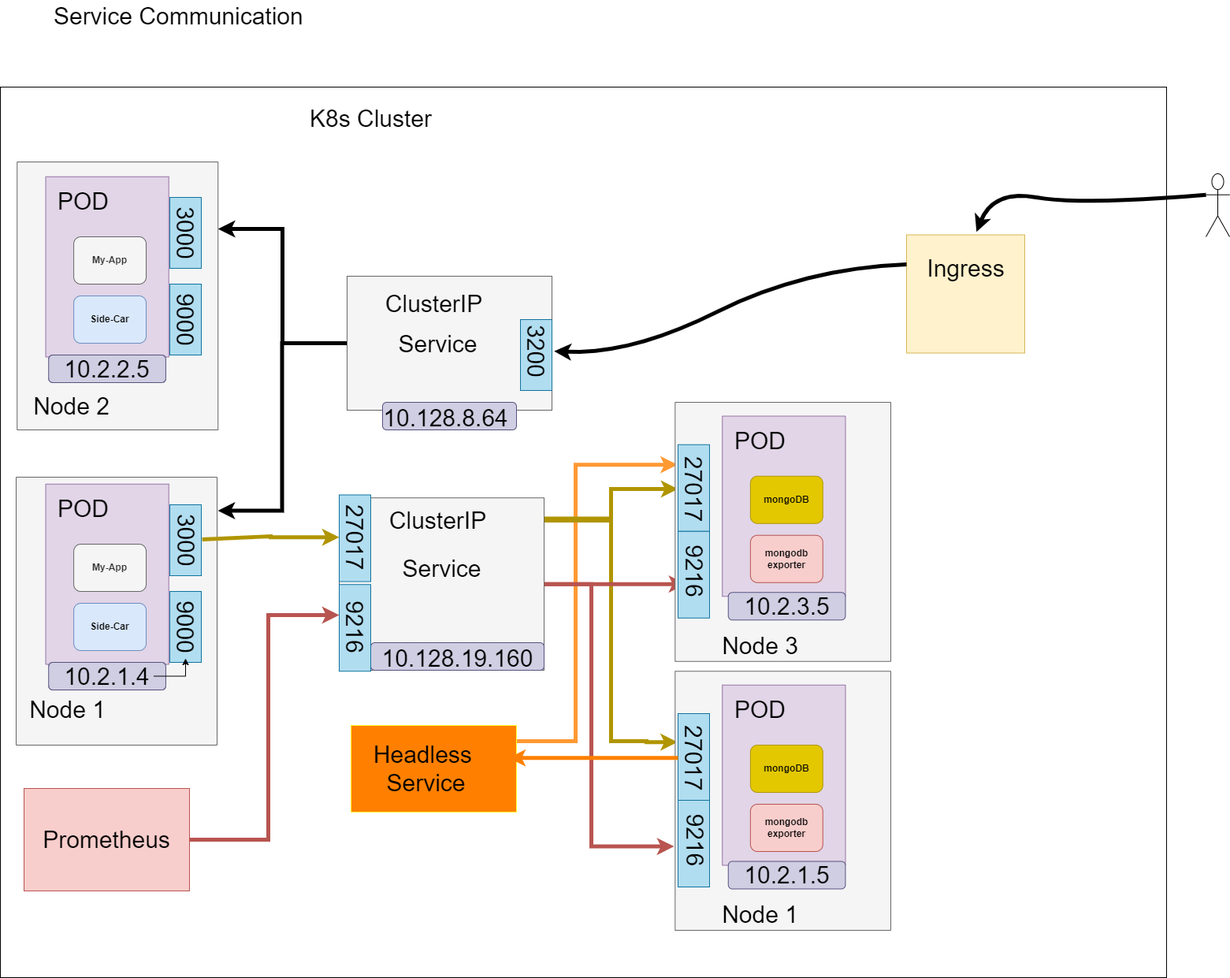
Before: kubernetes/k8_service.drawio.png, a diagram exported from draw.io (tenzindorji/projectnotes). Source tidied: cells renumbered, new cells last; positions are measured from the earlier drawing's top-left corner, leaving out a move shared by most shapes.
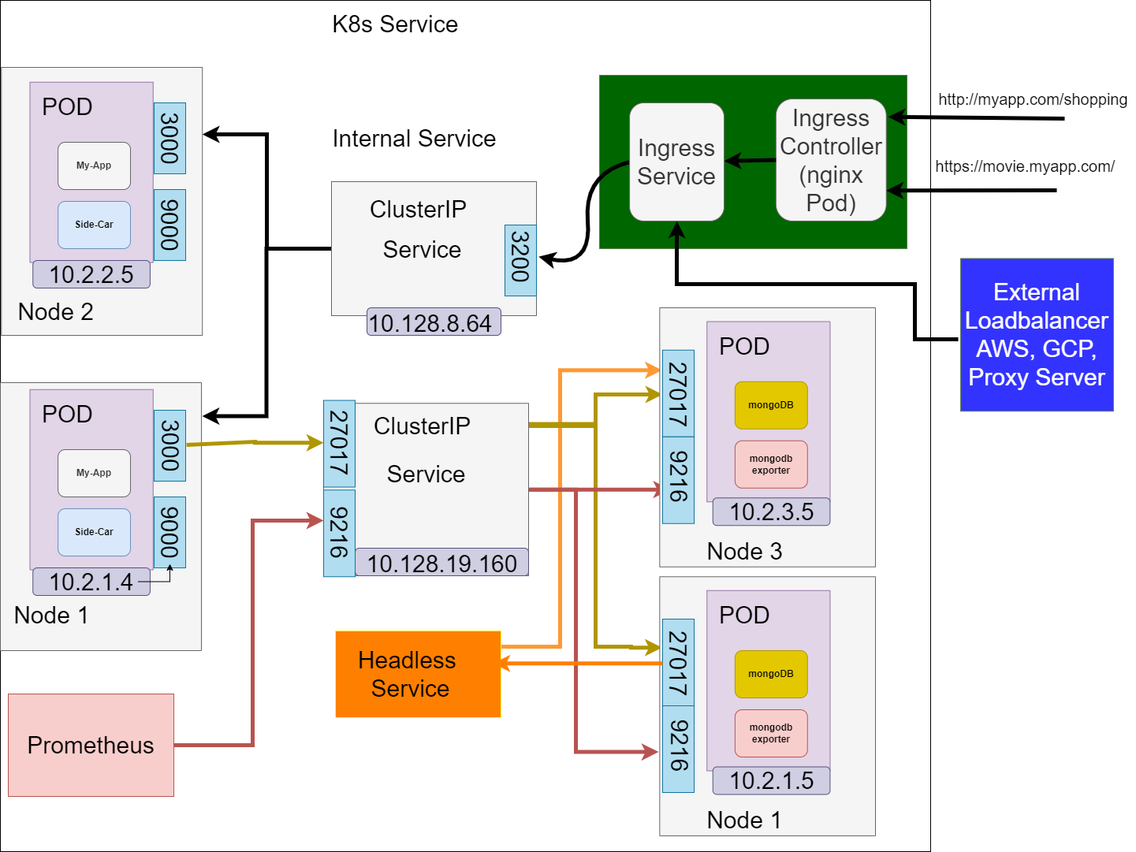
After the change.

Commit message:
service architecture

The edit, as a diff of the source:
```diff
@@ -3,8 +3,11 @@
     <mxCell id="0" />
     <mxCell id="1" parent="0" />
     <mxCell id="2" style="rounded=0;whiteSpace=wrap;html=1;shadow=0;fontSize=30;" parent="1" vertex="1">
-      <mxGeometry y="110" width="1480" height="1130" as="geometry" />
+      <mxGeometry x="20" y="120" width="1180" height="1080" as="geometry" />
     </mxCell>
+    <mxCell id="88" style="rounded=0;whiteSpace=wrap;html=1;shadow=0;fontSize=20;strokeColor=#5B7D47;fillColor=#006600;" parent="1" vertex="1">
+      <mxGeometry x="780" y="215" width="390" height="220" as="geometry" />
+    </mxCell>
     <mxCell id="3" style="edgeStyle=orthogonalEdgeStyle;rounded=0;jettySize=auto;html=1;fontSize=30;strokeWidth=5;entryX=0.192;entryY=1.016;entryDx=0;entryDy=0;entryPerimeter=0;fillColor=#fff2cc;strokeColor=#FF9933;" parent="1" edge="1" source="4" target="73">
       <mxGeometry relative="1" as="geometry">
         <Array as="points">
@@ -125,15 +128,6 @@
     <mxCell id="39" value="3200&lt;br&gt;" style="text;html=1;align=center;verticalAlign=middle;points=[];strokeColor=none;fillColor=none;fontSize=30;rotation=90;" parent="1" vertex="1">
       <mxGeometry x="640" y="425" width="80" height="40" as="geometry" />
     </mxCell>
-    <mxCell id="40" style="whiteSpace=wrap;html=1;shadow=0;fontSize=30;fillColor=#fff2cc;strokeColor=#d6b656;" parent="1" vertex="1">
-      <mxGeometry x="1150" y="297.5" width="150" height="150" as="geometry" />
-    </mxCell>
-    <mxCell id="41" value="Ingress" style="text;html=1;align=center;verticalAlign=middle;strokeColor=none;fillColor=none;fontSize=30;" parent="1" vertex="1">
-      <mxGeometry x="1170" y="320" width="110" height="40" as="geometry" />
-    </mxCell>
-    <mxCell id="42" style="shape=umlActor;verticalLabelPosition=bottom;verticalAlign=top;html=1;outlineConnect=0;shadow=0;fontSize=30;" parent="1" vertex="1">
-      <mxGeometry x="1530" y="220" width="30" height="80" as="geometry" />
-    </mxCell>
     <mxCell id="43" style="edgeStyle=orthogonalEdgeStyle;rounded=0;jettySize=auto;html=1;fontSize=30;exitX=1.002;exitY=0.12;exitDx=0;exitDy=0;exitPerimeter=0;fillColor=#e3c800;strokeColor=#B09500;strokeWidth=5;entryX=0.299;entryY=1.016;entryDx=0;entryDy=0;entryPerimeter=0;" parent="1" edge="1" source="47" target="56">
       <mxGeometry relative="1" as="geometry">
         <Array as="points">
@@ -276,30 +270,61 @@
     <mxCell id="82" value="10.2.3.5" style="text;html=1;align=center;verticalAlign=middle;strokeColor=none;fillColor=none;fontSize=30;" parent="1" vertex="1">
       <mxGeometry x="938.1" y="748.8" width="120" height="40" as="geometry" />
     </mxCell>
-    <mxCell id="83" value="Service Communication&amp;nbsp;" style="text;html=1;align=center;verticalAlign=middle;strokeColor=none;fillColor=none;fontSize=30;" parent="1" vertex="1">
-      <mxGeometry x="60" width="340" height="40" as="geometry" />
+    <mxCell id="83" value="K8s Service&amp;nbsp;" style="text;html=1;align=center;verticalAlign=middle;strokeColor=none;fillColor=none;fontSize=30;" parent="1" vertex="1">
+      <mxGeometry x="435" y="130" width="180" height="40" as="geometry" />
     </mxCell>
-    <mxCell id="84" style="curved=1;endArrow=classic;html=1;rounded=0;fontSize=30;strokeWidth=5;entryX=0.502;entryY=-0.07;entryDx=0;entryDy=0;entryPerimeter=0;exitX=0;exitY=0.25;exitDx=0;exitDy=0;" parent="1" edge="1" source="40" target="39">
+    <mxCell id="84" style="curved=1;endArrow=classic;html=1;rounded=0;fontSize=30;strokeWidth=5;entryX=0.502;entryY=-0.07;entryDx=0;entryDy=0;entryPerimeter=0;exitX=0;exitY=0.5;exitDx=0;exitDy=0;" parent="1" edge="1" source="90" target="39">
       <mxGeometry relative="1" as="geometry">
         <Array as="points">
-          <mxPoint x="1020" y="340" />
-          <mxPoint x="800" y="450" />
+          <mxPoint x="760" y="340" />
+          <mxPoint x="770" y="460" />
         </Array>
       </mxGeometry>
     </mxCell>
-    <mxCell id="85" style="curved=1;endArrow=classic;html=1;rounded=0;fontSize=30;strokeWidth=5;entryX=0.592;entryY=-0.025;entryDx=0;entryDy=0;exitX=0;exitY=0.3333333333333333;exitDx=0;exitDy=0;exitPerimeter=0;entryPerimeter=0;" parent="1" edge="1" source="42" target="40">
-      <mxGeometry relative="1" as="geometry">
-        <Array as="points">
-          <mxPoint x="1370" y="260" />
-          <mxPoint x="1260" y="240" />
-        </Array>
-      </mxGeometry>
-    </mxCell>
     <mxCell id="86" value="Headless &lt;br&gt;Service" style="text;html=1;align=center;verticalAlign=middle;strokeColor=none;fillColor=none;fontSize=30;" parent="1" vertex="1">
       <mxGeometry x="470" y="935" width="140" height="80" as="geometry" />
     </mxCell>
-    <mxCell id="87" value="K8s Cluster" style="text;html=1;align=center;verticalAlign=middle;strokeColor=none;fillColor=none;fontSize=30;" parent="1" vertex="1">
-      <mxGeometry x="385" y="130" width="170" height="40" as="geometry" />
-    </mxCell>
+    <mxCell id="89" value="&lt;font style=&quot;font-size: 30px&quot;&gt;Ingress Controller&lt;br&gt;(nginx Pod)&lt;/font&gt;" style="rounded=1;whiteSpace=wrap;html=1;shadow=0;fontSize=20;strokeColor=#666666;fillColor=#f5f5f5;fontColor=#333333;" parent="1" vertex="1">
+      <mxGeometry x="1003.8" y="245" width="140" height="155" as="geometry" />
+    </mxCell>
+    <mxCell id="90" value="&lt;font style=&quot;font-size: 30px&quot;&gt;Ingress Service&lt;/font&gt;" style="rounded=1;whiteSpace=wrap;html=1;shadow=0;fontSize=20;strokeColor=#666666;fillColor=#f5f5f5;fontColor=#333333;" parent="1" vertex="1">
+      <mxGeometry x="818.1" y="250" width="120" height="150" as="geometry" />
+    </mxCell>
+    <mxCell id="91" style="endArrow=classic;html=1;rounded=0;fontSize=30;strokeColor=#000000;strokeWidth=5;exitX=0;exitY=0.5;exitDx=0;exitDy=0;" parent="1" edge="1" source="89" target="90">
+      <mxGeometry relative="1" as="geometry" />
+    </mxCell>
+    <mxCell id="92" value="Internal Service" style="text;html=1;align=center;verticalAlign=middle;strokeColor=none;fillColor=none;fontSize=30;" parent="1" vertex="1">
+      <mxGeometry x="435" y="275" width="220" height="40" as="geometry" />
+    </mxCell>
+    <mxCell id="93" style="endArrow=classic;html=1;rounded=0;fontSize=30;strokeColor=#000000;strokeWidth=5;entryX=1.017;entryY=0.147;entryDx=0;entryDy=0;entryPerimeter=0;" parent="1" edge="1" target="89">
+      <mxGeometry relative="1" as="geometry">
+        <mxPoint x="1370" y="270" as="sourcePoint" />
+      </mxGeometry>
+    </mxCell>
+    <mxCell id="94" style="endArrow=classic;html=1;rounded=0;fontSize=30;strokeColor=#000000;strokeWidth=5;entryX=1;entryY=0.75;entryDx=0;entryDy=0;" parent="1" edge="1" target="89">
+      <mxGeometry relative="1" as="geometry">
+        <mxPoint x="1360" y="361" as="sourcePoint" />
+      </mxGeometry>
+    </mxCell>
+    <mxCell id="95" value="http://myapp.com/shopping" style="text;html=1;align=center;verticalAlign=middle;strokeColor=none;fillColor=none;fontSize=20;" parent="1" vertex="1">
+      <mxGeometry x="1200" y="230" width="260" height="30" as="geometry" />
+    </mxCell>
+    <mxCell id="96" value="https://movie.myapp.com/" style="text;html=1;align=center;verticalAlign=middle;strokeColor=none;fillColor=none;fontSize=20;" parent="1" vertex="1">
+      <mxGeometry x="1200" y="315" width="240" height="30" as="geometry" />
+    </mxCell>
+    <mxCell id="97" style="edgeStyle=orthogonalEdgeStyle;rounded=0;jettySize=auto;html=1;entryX=0.5;entryY=1;entryDx=0;entryDy=0;fontSize=30;strokeColor=#000000;strokeWidth=5;" parent="1" edge="1" target="90">
+      <mxGeometry relative="1" as="geometry">
+        <mxPoint x="1235" y="550" as="sourcePoint" />
+        <Array as="points">
+          <mxPoint x="1235" y="550" />
+          <mxPoint x="1180" y="550" />
+          <mxPoint x="1180" y="480" />
+          <mxPoint x="878" y="480" />
+        </Array>
+      </mxGeometry>
+    </mxCell>
+    <mxCell id="98" value="External Loadbalancer&lt;br&gt;AWS, GCP, Proxy Server" style="whiteSpace=wrap;html=1;shadow=0;fontSize=30;strokeColor=#5B7D47;fillColor=#3333FF;fontColor=#FFFFFF;" parent="1" vertex="1">
+      <mxGeometry x="1238.1" y="447.5" width="193.8" height="193.8" as="geometry" />
+    </mxCell>
   </root>
 </mxGraphModel>
```
